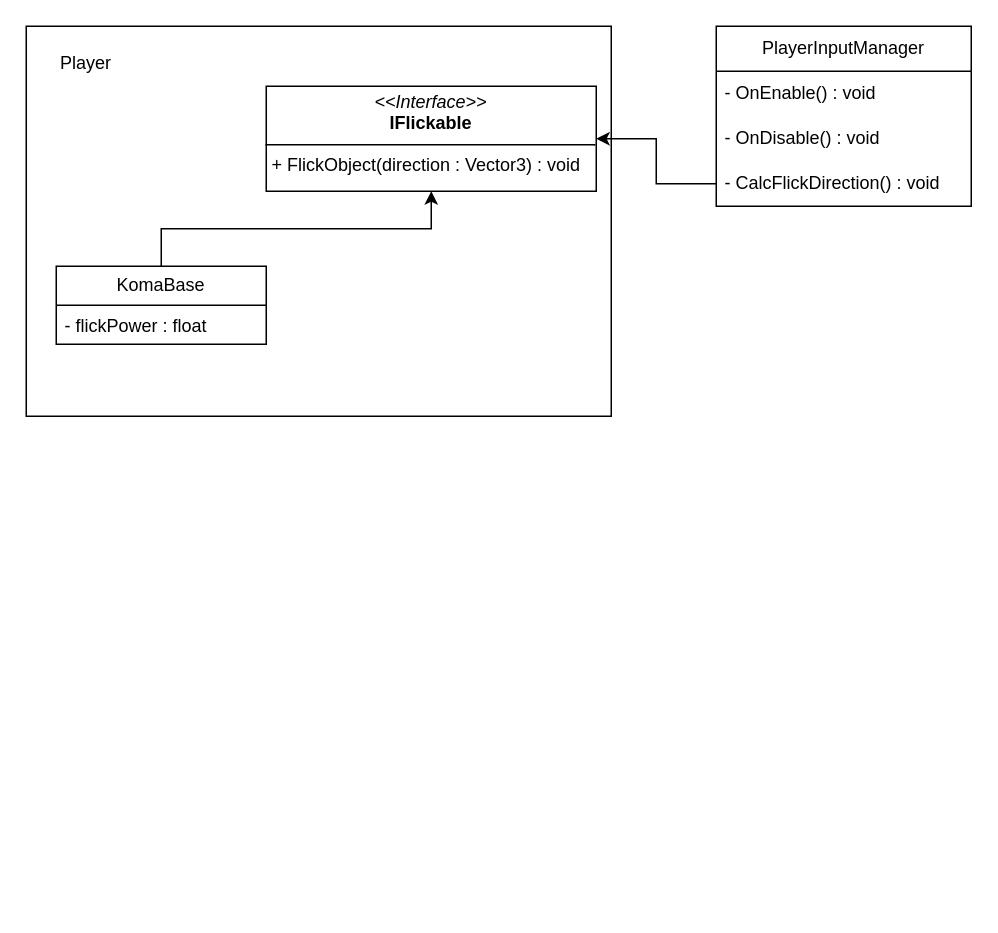
epen3420/ShogiBattle keeps this draw.io diagram as page "Page-1" (2 of 2) of ShogiBattle.drawio. Above is the earlier version. Source tidied: cells renumbered, new cells numbered last; positions are measured from the earlier drawing's top-left corner, leaving out a move shared by most shapes. Both pictures are drawn from the tidied source at 150%, with x=0, y=0 at pixel (26, 26).
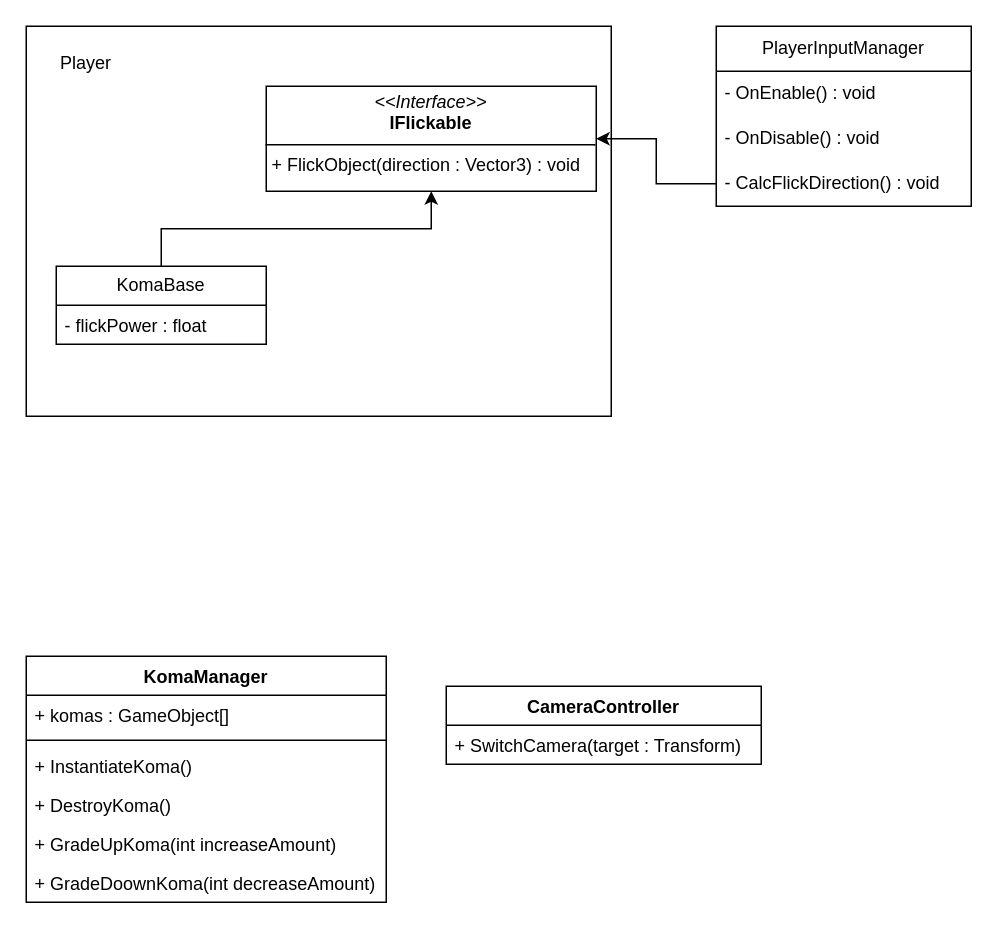
The same diagram, later.

Change to the diagram source:
```diff
@@
+    <mxCell id="13" value="KomaManager&lt;div&gt;&lt;br&gt;&lt;/div&gt;" style="swimlane;fontStyle=1;align=center;verticalAlign=top;horizontal=1;startSize=26;whiteSpace=wrap;html=1;" parent="1" vertex="1">
+      <mxGeometry y="420" width="240" height="164" as="geometry" />
+    </mxCell>
+    <mxCell id="14" value="+ komas : GameObject[]" style="text;strokeColor=none;fillColor=none;align=left;verticalAlign=top;spacingLeft=4;spacingRight=4;overflow=hidden;whiteSpace=wrap;html=1;" parent="13" vertex="1">
+      <mxGeometry y="26" width="240" height="26" as="geometry" />
+    </mxCell>
+    <mxCell id="15" style="line;strokeWidth=1;fillColor=none;align=left;verticalAlign=middle;spacingTop=-1;spacingLeft=3;spacingRight=3;labelPosition=right;strokeColor=inherit;" parent="13" vertex="1">
+      <mxGeometry y="52" width="240" height="8" as="geometry" />
+    </mxCell>
+    <mxCell id="16" value="+ InstantiateKoma()" style="text;strokeColor=none;fillColor=none;align=left;verticalAlign=top;spacingLeft=4;spacingRight=4;overflow=hidden;whiteSpace=wrap;html=1;" parent="13" vertex="1">
+      <mxGeometry y="60" width="240" height="26" as="geometry" />
+    </mxCell>
+    <mxCell id="17" value="+ DestroyKoma()" style="text;strokeColor=none;fillColor=none;align=left;verticalAlign=top;spacingLeft=4;spacingRight=4;overflow=hidden;whiteSpace=wrap;html=1;" parent="13" vertex="1">
+      <mxGeometry y="86" width="240" height="26" as="geometry" />
+    </mxCell>
+    <mxCell id="18" value="+ GradeUpKoma(int increaseAmount)" style="text;strokeColor=none;fillColor=none;align=left;verticalAlign=top;spacingLeft=4;spacingRight=4;overflow=hidden;whiteSpace=wrap;html=1;" parent="13" vertex="1">
+      <mxGeometry y="112" width="240" height="26" as="geometry" />
+    </mxCell>
+    <mxCell id="19" value="+ GradeDoownKoma(int decreaseAmount)" style="text;strokeColor=none;fillColor=none;align=left;verticalAlign=top;spacingLeft=4;spacingRight=4;overflow=hidden;whiteSpace=wrap;html=1;" parent="13" vertex="1">
+      <mxGeometry y="138" width="240" height="26" as="geometry" />
+    </mxCell>
+    <mxCell id="20" value="CameraController" style="swimlane;fontStyle=1;align=center;verticalAlign=top;horizontal=1;startSize=26;whiteSpace=wrap;html=1;" parent="1" vertex="1">
+      <mxGeometry x="280" y="440" width="210" height="52" as="geometry" />
+    </mxCell>
+    <mxCell id="21" value="+ SwitchCamera(target : Transform)" style="text;strokeColor=none;fillColor=none;align=left;verticalAlign=top;spacingLeft=4;spacingRight=4;overflow=hidden;whiteSpace=wrap;html=1;" parent="20" vertex="1">
+      <mxGeometry y="26" width="210" height="26" as="geometry" />
+    </mxCell>
```
